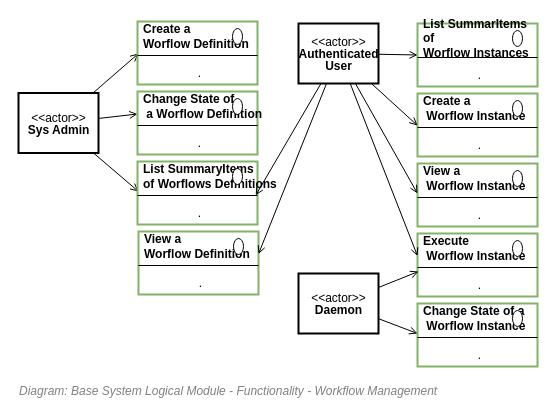
Above: 43.Functionality View/Functionality View - Workflows.drawio in skysgh/System.Design.Resources.Service (draw.io), before the change. Source tidied: cells renumbered, new cells numbered last; positions are measured from the earlier drawing's top-left corner, leaving out a move shared by most shapes. Both pictures are drawn from the tidied source at 100%, with x=0, y=0 at pixel (17, 21).
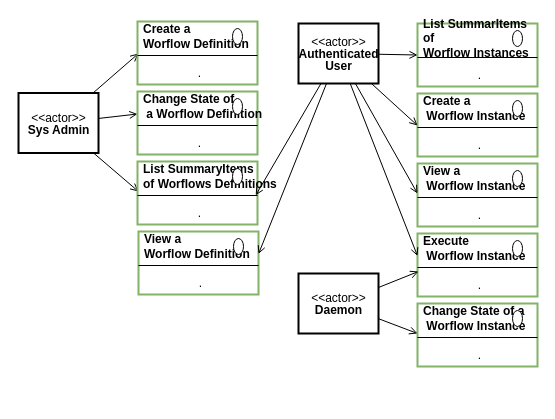
The same page after the edit.

Diff of the diagram source:
```diff
@@
-    <mxCell id="2" value="&lt;font style=&quot;font-size: 12px ; font-weight: normal&quot;&gt;&lt;i&gt;&lt;span style=&quot;font-size: 12px&quot;&gt;Diagram: Base System Logical Module -&amp;nbsp;&lt;/span&gt;&lt;span style=&quot;font-size: 12px&quot;&gt;Functionality -&amp;nbsp;&lt;/span&gt;Workflow Management&lt;/i&gt;&lt;/font&gt;" style="text;strokeColor=none;fillColor=none;html=1;fontSize=12;fontStyle=1;verticalAlign=middle;align=left;shadow=0;glass=0;comic=0;opacity=30;fontColor=#808080;" parent="1" vertex="1">
-      <mxGeometry y="360" width="520" height="20" as="geometry" />
-    </mxCell>
```
